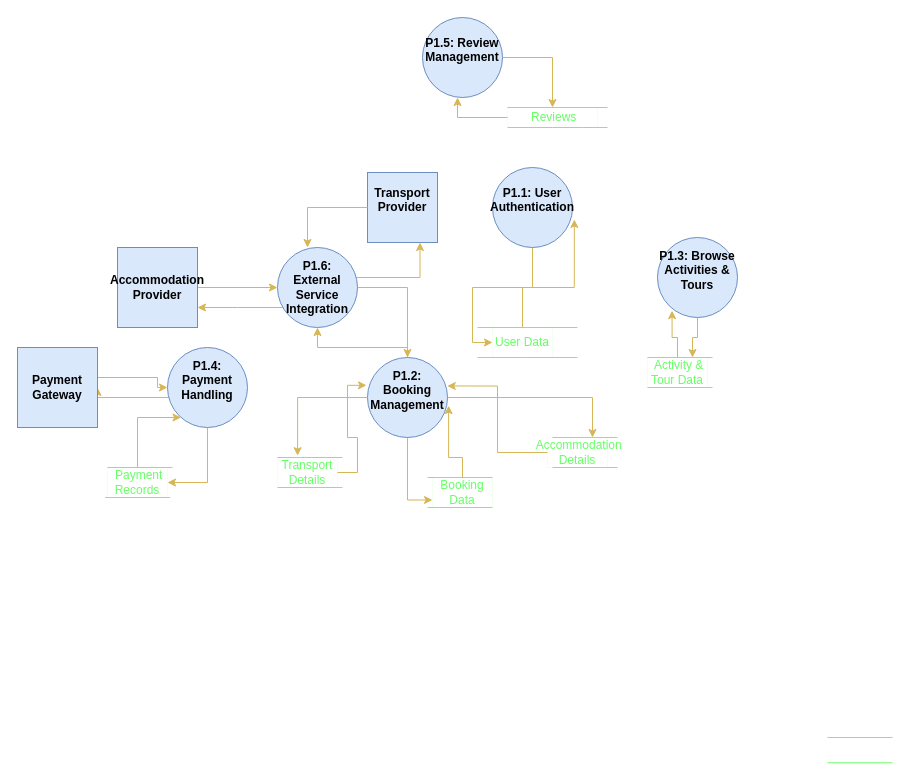
Before: DFD/DFD LEVEL 1.drawio in Luis-S4/Tourism-MS, a draw.io diagram. Source tidied: cells renumbered, new cells numbered last; positions are measured from the earlier drawing's top-left corner, leaving out a move shared by most shapes. Both pictures are drawn from the tidied source at 100%, with x=0, y=0 at pixel (17, 17).
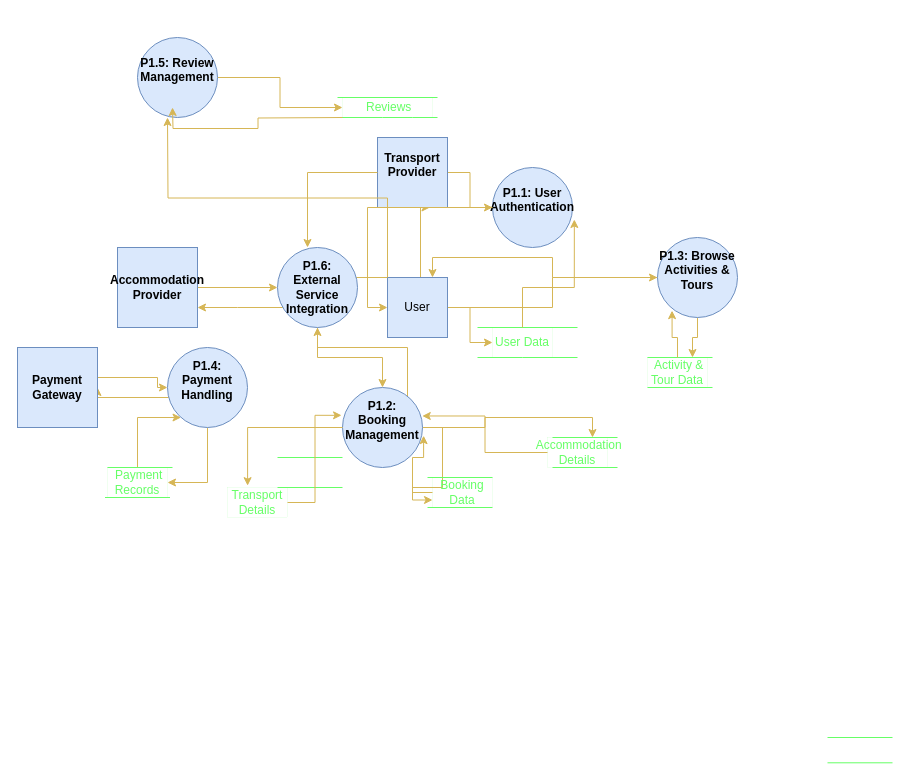
The same page after the edit.

The change refers to these unchanged cells:
```xml
<mxCell id="7" value="&#10;P1.1: User Authentication&#10;&#10;" style="ellipse;whiteSpace=wrap;html=1;fillColor=#dae8fc;strokeColor=#6c8ebf;fontStyle=1;" parent="1" vertex="1">
  <mxGeometry x="475" y="150" width="80" height="80" as="geometry" />
</mxCell>
<mxCell id="11" value="&#10;P1.3: Browse Activities &amp;amp; Tours&#10;&#10;" style="ellipse;whiteSpace=wrap;html=1;fillColor=#dae8fc;strokeColor=#6c8ebf;fontStyle=1;" parent="1" vertex="1">
  <mxGeometry x="640" y="220" width="80" height="80" as="geometry" />
</mxCell>
<mxCell id="21" value=" User Data" style="text;html=1;align=center;verticalAlign=middle;whiteSpace=wrap;rounded=0;fontColor=#66FF66;strokeColor=#66FF66;strokeWidth=0;" parent="1" vertex="1">
  <mxGeometry x="475" y="310" width="60" height="30" as="geometry" />
</mxCell>
```

Diff of the diagram source:
```diff
@@
-    <mxCell id="6" style="edgeStyle=orthogonalEdgeStyle;rounded=0;jettySize=auto;html=1;entryX=0;entryY=0.5;entryDx=0;entryDy=0;fillColor=#fff2cc;strokeColor=#d6b656;" parent="1" edge="1" source="7" target="21">
+    <mxCell id="6" style="edgeStyle=orthogonalEdgeStyle;rounded=0;jettySize=auto;html=1;entryX=0;entryY=0.5;entryDx=0;entryDy=0;fillColor=#fff2cc;strokeColor=#d6b656;" parent="1" edge="1" source="60" target="21">
       <mxGeometry relative="1" as="geometry" />
     </mxCell>
@@
     <mxCell id="9" value="&#10;P1.5: Review Management&#10;&#10;" style="ellipse;whiteSpace=wrap;html=1;fillColor=#dae8fc;strokeColor=#6c8ebf;fontStyle=1;" parent="1" vertex="1">
-      <mxGeometry x="405" width="80" height="80" as="geometry" />
+      <mxGeometry x="120" y="20" width="80" height="80" as="geometry" />
     </mxCell>
@@
+    <mxCell id="56" style="edgeStyle=orthogonalEdgeStyle;rounded=0;jettySize=auto;html=1;entryX=0.75;entryY=0;entryDx=0;entryDy=0;fillColor=#fff2cc;strokeColor=#d6b656;" parent="1" edge="1" source="11" target="60">
+      <mxGeometry relative="1" as="geometry" />
+    </mxCell>
@@
     <mxCell id="15" value="&#10;P1.2: Booking Management&#10;&#10;" style="ellipse;whiteSpace=wrap;html=1;fillColor=#dae8fc;strokeColor=#6c8ebf;fontStyle=1;" parent="1" vertex="1">
-      <mxGeometry x="350" y="340" width="80" height="80" as="geometry" />
+      <mxGeometry x="325" y="370" width="80" height="80" as="geometry" />
     </mxCell>
@@
     <mxCell id="33" value="Transport Details" style="text;html=1;align=center;verticalAlign=middle;whiteSpace=wrap;rounded=0;strokeWidth=0;fontColor=#66FF66;strokeColor=#66FF66;" parent="1" vertex="1">
-      <mxGeometry x="260" y="440" width="60" height="30" as="geometry" />
+      <mxGeometry x="210" y="470" width="60" height="30" as="geometry" />
     </mxCell>
@@
+    <mxCell id="57" style="edgeStyle=orthogonalEdgeStyle;rounded=0;jettySize=auto;html=1;fillColor=#fff2cc;strokeColor=#d6b656;" parent="1" edge="1" source="38" target="7">
+      <mxGeometry relative="1" as="geometry" />
+    </mxCell>
     <mxCell id="38" value="&#10;Transport Provider&#10;&#10;" style="whiteSpace=wrap;html=1;fillColor=#dae8fc;strokeColor=#6c8ebf;fontStyle=1;" parent="1" vertex="1">
-      <mxGeometry x="350" y="155" width="70" height="70" as="geometry" />
+      <mxGeometry x="360" y="120" width="70" height="70" as="geometry" />
     </mxCell>
@@
     <mxCell id="52" style="endArrow=none;html=1;rounded=0;fontColor=#66FF66;strokeColor=#66FF66;" parent="1" edge="1">
       <mxGeometry relative="1" as="geometry">
-        <mxPoint x="490" y="90" as="sourcePoint" />
-        <mxPoint x="590" y="90" as="targetPoint" />
+        <mxPoint x="320" y="80" as="sourcePoint" />
+        <mxPoint x="420" y="80" as="targetPoint" />
       </mxGeometry>
     </mxCell>
     <mxCell id="53" style="endArrow=none;html=1;rounded=0;fontColor=#66FF66;strokeColor=#66FF66;" parent="1" edge="1">
       <mxGeometry relative="1" as="geometry">
-        <mxPoint x="490" y="110" as="sourcePoint" />
-        <mxPoint x="590" y="110" as="targetPoint" />
+        <mxPoint x="320" y="100" as="sourcePoint" />
+        <mxPoint x="420" y="100" as="targetPoint" />
         <Array as="points">
-          <mxPoint x="535" y="110" />
-          <mxPoint x="565" y="110" />
+          <mxPoint x="365" y="100" />
+          <mxPoint x="395" y="100" />
         </Array>
       </mxGeometry>
     </mxCell>
     <mxCell id="54" value="&amp;nbsp;Reviews" style="text;html=1;align=center;verticalAlign=middle;whiteSpace=wrap;rounded=0;fontColor=#66FF66;strokeColor=#66FF66;strokeWidth=0;" parent="1" vertex="1">
-      <mxGeometry x="490" y="90" width="90" height="20" as="geometry" />
+      <mxGeometry x="325" y="80" width="90" height="20" as="geometry" />
     </mxCell>
-    <mxCell id="55" style="edgeStyle=orthogonalEdgeStyle;rounded=0;jettySize=auto;html=1;entryX=0.438;entryY=1;entryDx=0;entryDy=0;entryPerimeter=0;fillColor=#fff2cc;strokeColor=#d6b656;" parent="1" edge="1" source="54" target="9">
-      <mxGeometry relative="1" as="geometry" />
+    <mxCell id="55" style="edgeStyle=orthogonalEdgeStyle;rounded=0;orthogonalLoop=1;jettySize=auto;html=1;entryX=0.438;entryY=1;entryDx=0;entryDy=0;entryPerimeter=0;fillColor=#fff2cc;strokeColor=#d6b656;" parent="1" edge="1">
+      <mxGeometry relative="1" as="geometry">
+        <mxPoint x="325" y="100" as="sourcePoint" />
+        <mxPoint x="155" y="90" as="targetPoint" />
+      </mxGeometry>
     </mxCell>
+    <mxCell id="58" style="edgeStyle=orthogonalEdgeStyle;rounded=0;jettySize=auto;html=1;entryX=0;entryY=0.5;entryDx=0;entryDy=0;fillColor=#fff2cc;strokeColor=#d6b656;" parent="1" edge="1" source="7" target="60">
+      <mxGeometry relative="1" as="geometry" />
+    </mxCell>
+    <mxCell id="59" style="edgeStyle=orthogonalEdgeStyle;rounded=0;jettySize=auto;html=1;entryX=0;entryY=0.5;entryDx=0;entryDy=0;fillColor=#fff2cc;strokeColor=#d6b656;" parent="1" edge="1" source="60" target="11">
+      <mxGeometry relative="1" as="geometry" />
+    </mxCell>
+    <mxCell id="60" value="User" style="whiteSpace=wrap;html=1;fillColor=#dae8fc;strokeColor=#6c8ebf;" parent="1" vertex="1">
+      <mxGeometry x="370" y="260" width="60" height="60" as="geometry" />
+    </mxCell>
+    <mxCell id="61" style="edgeStyle=orthogonalEdgeStyle;rounded=0;jettySize=auto;html=1;fillColor=#fff2cc;strokeColor=#d6b656;exitX=0;exitY=0;exitDx=0;exitDy=0;" parent="1" edge="1" source="60">
+      <mxGeometry relative="1" as="geometry">
+        <mxPoint x="150" y="100" as="targetPoint" />
+      </mxGeometry>
+    </mxCell>
```
